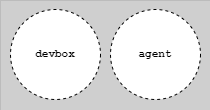
Earlier version of the draw.io export docs/assets/testing/env-l0-l2.drawio.png (ready-to-release/eac). Source tidied: cells renumbered, new cells last; positions are measured from the earlier drawing's top-left corner, leaving out a move shared by most shapes. Source of this version:
```xml
<mxGraphModel background="#CFCFCF">
  <root>
    <mxCell id="0" />
    <mxCell id="1" parent="0" />
    <mxCell id="2" style="group;strokeColor=#616161;dashed=1;dashPattern=12 12;strokeWidth=0;" parent="1" vertex="1">
      <mxGeometry width="210" height="110" as="geometry" />
    </mxCell>
    <mxCell id="3" value="devbox" style="ellipse;whiteSpace=wrap;html=1;strokeColor=default;dashed=1;fontSize=11;fontStyle=1;fontFamily=Courier New;" parent="1" vertex="1">
      <mxGeometry x="10" y="9" width="90" height="90" as="geometry" />
    </mxCell>
    <mxCell id="4" value="agent" style="ellipse;whiteSpace=wrap;html=1;strokeColor=default;dashed=1;fontSize=11;fontStyle=1;fontFamily=Courier New;" parent="1" vertex="1">
      <mxGeometry x="110" y="9" width="90" height="90" as="geometry" />
    </mxCell>
  </root>
</mxGraphModel>
```
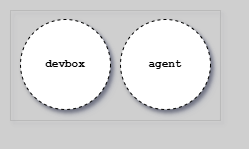
After the change.

Diff of the diagram source:
```diff
@@ -1,15 +1,18 @@
-<mxGraphModel background="#CFCFCF">
+<mxGraphModel background="#CFCFCF" shadow="1">
   <root>
     <mxCell id="0" />
     <mxCell id="1" parent="0" />
-    <mxCell id="2" style="group;strokeColor=#616161;dashed=1;dashPattern=12 12;strokeWidth=0;" parent="1" vertex="1">
+    <mxCell id="2" style="group;strokeColor=#616161;dashed=1;dashPattern=12 12;strokeWidth=0;shadow=1;" parent="1" vertex="1">
       <mxGeometry width="210" height="110" as="geometry" />
     </mxCell>
-    <mxCell id="3" value="devbox" style="ellipse;whiteSpace=wrap;html=1;strokeColor=default;dashed=1;fontSize=11;fontStyle=1;fontFamily=Courier New;" parent="1" vertex="1">
+    <mxCell id="3" value="devbox" style="ellipse;whiteSpace=wrap;html=1;strokeColor=default;dashed=1;fontSize=11;fontStyle=1;fontFamily=Courier New;shadow=1;" parent="1" vertex="1">
       <mxGeometry x="10" y="9" width="90" height="90" as="geometry" />
     </mxCell>
-    <mxCell id="4" value="agent" style="ellipse;whiteSpace=wrap;html=1;strokeColor=default;dashed=1;fontSize=11;fontStyle=1;fontFamily=Courier New;" parent="1" vertex="1">
+    <mxCell id="4" value="agent" style="ellipse;whiteSpace=wrap;html=1;strokeColor=default;dashed=1;fontSize=11;fontStyle=1;fontFamily=Courier New;shadow=1;" parent="1" vertex="1">
       <mxGeometry x="110" y="9" width="90" height="90" as="geometry" />
     </mxCell>
+    <mxCell id="5" style="rounded=0;strokeColor=none;fillColor=none;" parent="1" vertex="1">
+      <mxGeometry x="-10" y="-10" width="238" height="138" as="geometry" />
+    </mxCell>
   </root>
 </mxGraphModel>
```
